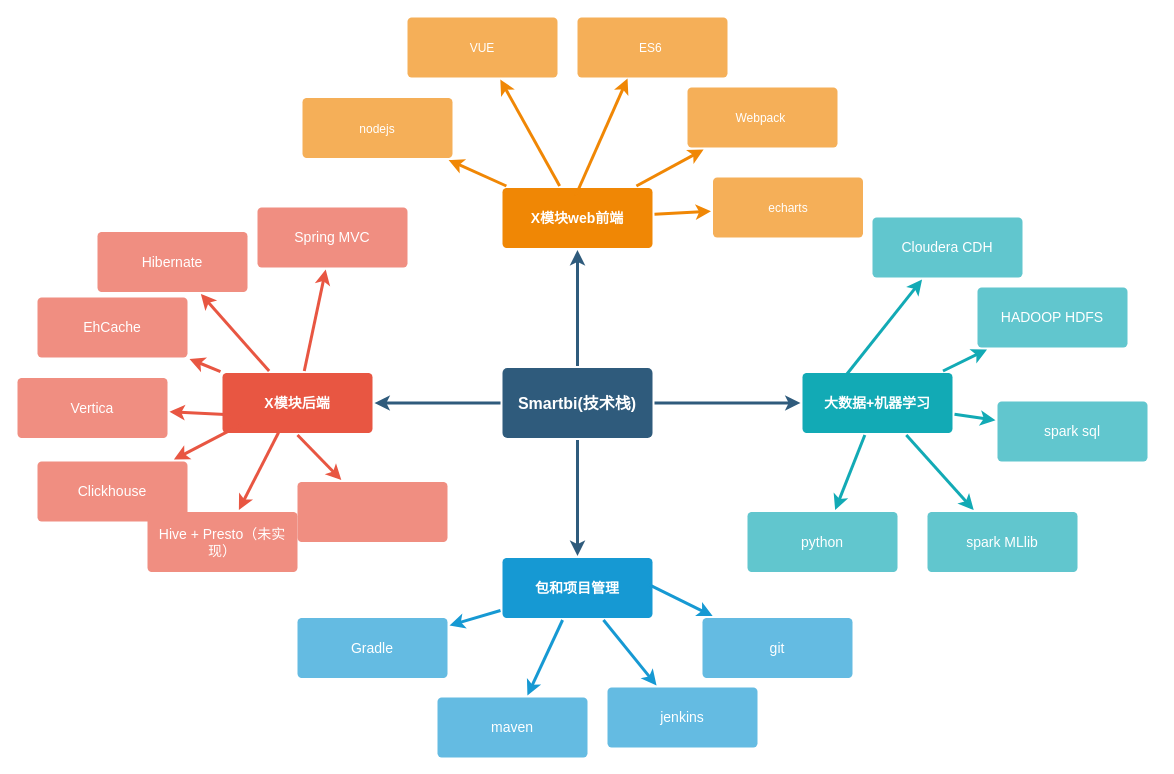
Above: dir2/技术栈2.drawio in liangrui1988/diagrams (draw.io), before the change. Source tidied: cells renumbered, new cells numbered last; positions are measured from the earlier drawing's top-left corner, leaving out a move shared by most shapes. Both pictures are drawn from the tidied source at 100%, with x=0, y=0 at pixel (17, 17).
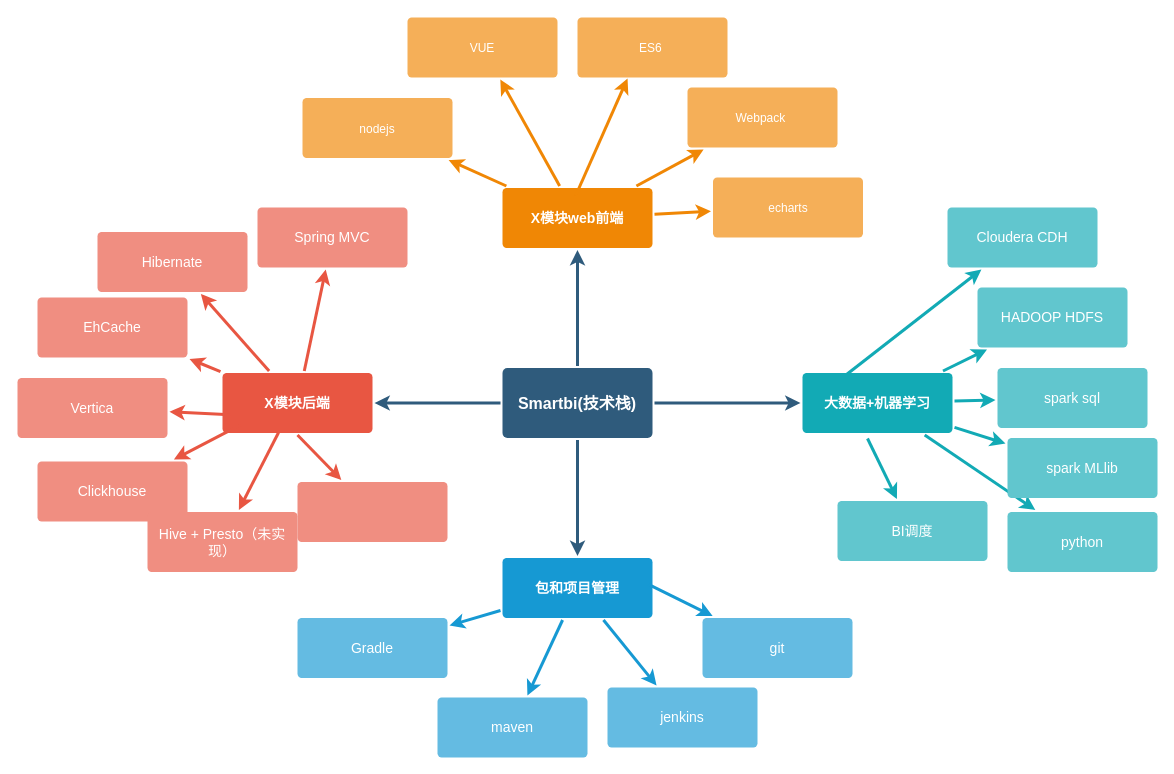
The same diagram, later.

Change to the diagram source:
```diff
@@
     <mxCell id="29" value="python" style="rounded=1;whiteSpace=wrap;html=1;shadow=0;labelBackgroundColor=none;strokeColor=none;strokeWidth=3;fillColor=#61c6ce;fontFamily=Helvetica;fontSize=14;fontColor=#FFFFFF;align=center;spacing=5;fontStyle=0;arcSize=7;perimeterSpacing=2;" parent="1" vertex="1">
-      <mxGeometry x="730" y="494.5" width="150" height="60" as="geometry" />
+      <mxGeometry x="990" y="494.5" width="150" height="60" as="geometry" />
     </mxCell>
@@
     <mxCell id="31" value="spark MLlib" style="rounded=1;whiteSpace=wrap;html=1;shadow=0;labelBackgroundColor=none;strokeColor=none;strokeWidth=3;fillColor=#61c6ce;fontFamily=Helvetica;fontSize=14;fontColor=#FFFFFF;align=center;spacing=5;fontStyle=0;arcSize=7;perimeterSpacing=2;" parent="1" vertex="1">
-      <mxGeometry x="910" y="494.5" width="150" height="60" as="geometry" />
+      <mxGeometry x="990" y="420.5" width="150" height="60" as="geometry" />
     </mxCell>
@@
     <mxCell id="33" value="spark sql" style="rounded=1;whiteSpace=wrap;html=1;shadow=0;labelBackgroundColor=none;strokeColor=none;strokeWidth=3;fillColor=#61c6ce;fontFamily=Helvetica;fontSize=14;fontColor=#FFFFFF;align=center;spacing=5;fontStyle=0;arcSize=7;perimeterSpacing=2;" parent="1" vertex="1">
-      <mxGeometry x="980" y="384" width="150" height="60" as="geometry" />
+      <mxGeometry x="980" y="350.5" width="150" height="60" as="geometry" />
     </mxCell>
@@
     <mxCell id="51" value="Cloudera CDH" style="rounded=1;whiteSpace=wrap;html=1;shadow=0;labelBackgroundColor=none;strokeColor=none;strokeWidth=3;fillColor=#61c6ce;fontFamily=Helvetica;fontSize=14;fontColor=#FFFFFF;align=center;spacing=5;fontStyle=0;arcSize=7;perimeterSpacing=2;" parent="1" vertex="1">
-      <mxGeometry x="855" y="200" width="150" height="60" as="geometry" />
+      <mxGeometry x="930" y="190" width="150" height="60" as="geometry" />
     </mxCell>
@@
+    <mxCell id="53" value="BI调度" style="rounded=1;whiteSpace=wrap;html=1;shadow=0;labelBackgroundColor=none;strokeColor=none;strokeWidth=3;fillColor=#61c6ce;fontFamily=Helvetica;fontSize=14;fontColor=#FFFFFF;align=center;spacing=5;fontStyle=0;arcSize=7;perimeterSpacing=2;" parent="1" vertex="1">
+      <mxGeometry x="820" y="483.5" width="150" height="60" as="geometry" />
+    </mxCell>
+    <mxCell id="54" style="edgeStyle=none;rounded=1;jumpStyle=none;html=1;shadow=0;labelBackgroundColor=none;startArrow=none;startFill=0;jettySize=auto;strokeColor=#12AAB5;strokeWidth=3;fontFamily=Helvetica;fontSize=14;fontColor=#FFFFFF;spacing=5;fontStyle=1;fillColor=#b0e3e6;" parent="1" edge="1" target="53">
+      <mxGeometry relative="1" as="geometry">
+        <mxPoint x="850" y="421" as="sourcePoint" />
+      </mxGeometry>
+    </mxCell>
```
